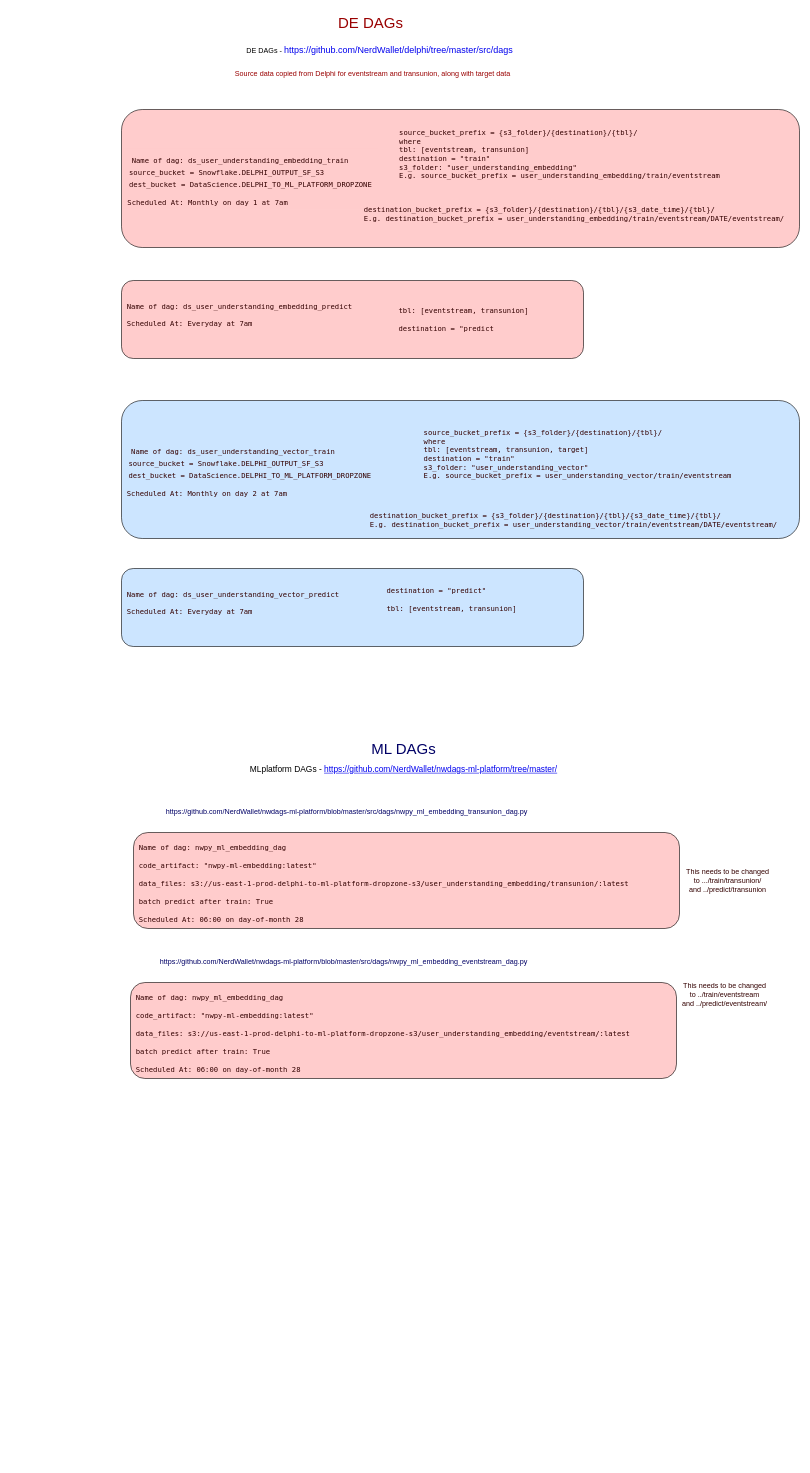
This is production_dags.drawio from sjster/draw.io, a draw.io file, before an edit. Source tidied: cells renumbered, new cells numbered last; positions are measured from the earlier drawing's top-left corner, leaving out a move shared by most shapes. Both pictures are drawn from the tidied source at 60%, with x=0, y=0 at pixel (121, 10).
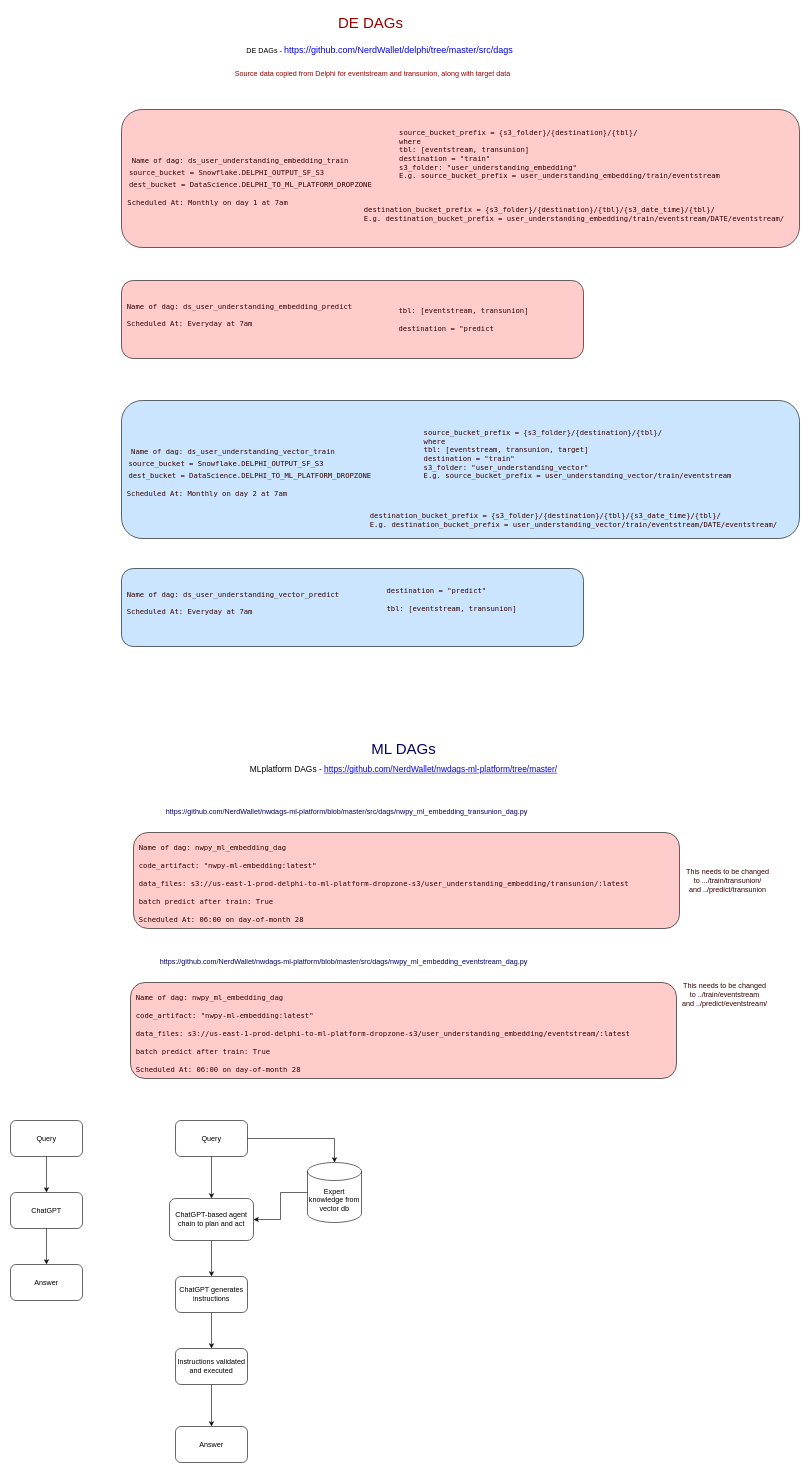
The same page after the edit.

Diff of the diagram source:
```diff
@@
+    <mxCell id="24" style="edgeStyle=orthogonalEdgeStyle;rounded=0;jettySize=auto;html=1;entryX=0.5;entryY=0;entryDx=0;entryDy=0;" parent="1" edge="1" source="25" target="27">
+      <mxGeometry relative="1" as="geometry" />
+    </mxCell>
+    <mxCell id="25" value="Query" style="rounded=1;whiteSpace=wrap;html=1;" parent="1" vertex="1">
+      <mxGeometry x="-185" y="1850" width="120" height="60" as="geometry" />
+    </mxCell>
+    <mxCell id="26" style="edgeStyle=orthogonalEdgeStyle;rounded=0;jettySize=auto;html=1;entryX=0.5;entryY=0;entryDx=0;entryDy=0;" parent="1" edge="1" source="27" target="28">
+      <mxGeometry relative="1" as="geometry" />
+    </mxCell>
+    <mxCell id="27" value="ChatGPT" style="rounded=1;whiteSpace=wrap;html=1;" parent="1" vertex="1">
+      <mxGeometry x="-185" y="1970" width="120" height="60" as="geometry" />
+    </mxCell>
+    <mxCell id="28" value="Answer" style="rounded=1;whiteSpace=wrap;html=1;" parent="1" vertex="1">
+      <mxGeometry x="-185" y="2090" width="120" height="60" as="geometry" />
+    </mxCell>
+    <mxCell id="29" style="edgeStyle=orthogonalEdgeStyle;rounded=0;jettySize=auto;html=1;entryX=0.5;entryY=0;entryDx=0;entryDy=0;" parent="1" edge="1" source="30" target="34">
+      <mxGeometry relative="1" as="geometry" />
+    </mxCell>
+    <mxCell id="30" value="Query" style="rounded=1;whiteSpace=wrap;html=1;" parent="1" vertex="1">
+      <mxGeometry x="90" y="1850" width="120" height="60" as="geometry" />
+    </mxCell>
+    <mxCell id="31" style="edgeStyle=orthogonalEdgeStyle;rounded=0;jettySize=auto;html=1;entryX=1;entryY=0.5;entryDx=0;entryDy=0;" parent="1" edge="1" source="32" target="34">
+      <mxGeometry relative="1" as="geometry" />
+    </mxCell>
+    <mxCell id="32" value="Expert knowledge from vector db" style="shape=cylinder3;whiteSpace=wrap;html=1;boundedLbl=1;backgroundOutline=1;size=15;" parent="1" vertex="1">
+      <mxGeometry x="310" y="1920" width="90" height="100" as="geometry" />
+    </mxCell>
+    <mxCell id="33" style="edgeStyle=orthogonalEdgeStyle;rounded=0;jettySize=auto;html=1;entryX=0.5;entryY=0;entryDx=0;entryDy=0;" parent="1" edge="1" source="34" target="36">
+      <mxGeometry relative="1" as="geometry" />
+    </mxCell>
+    <mxCell id="34" value="ChatGPT-based agent chain to plan and act" style="rounded=1;whiteSpace=wrap;html=1;" parent="1" vertex="1">
+      <mxGeometry x="80" y="1980" width="140" height="70" as="geometry" />
+    </mxCell>
+    <mxCell id="35" style="edgeStyle=orthogonalEdgeStyle;rounded=0;jettySize=auto;html=1;entryX=0.5;entryY=0;entryDx=0;entryDy=0;" parent="1" edge="1" source="36" target="38">
+      <mxGeometry relative="1" as="geometry" />
+    </mxCell>
+    <mxCell id="36" value="ChatGPT generates instructions" style="rounded=1;whiteSpace=wrap;html=1;" parent="1" vertex="1">
+      <mxGeometry x="90" y="2110" width="120" height="60" as="geometry" />
+    </mxCell>
+    <mxCell id="37" style="edgeStyle=orthogonalEdgeStyle;rounded=0;jettySize=auto;html=1;entryX=0.5;entryY=0;entryDx=0;entryDy=0;" parent="1" edge="1" source="38" target="39">
+      <mxGeometry relative="1" as="geometry" />
+    </mxCell>
+    <mxCell id="38" value="Instructions validated and executed" style="rounded=1;whiteSpace=wrap;html=1;" parent="1" vertex="1">
+      <mxGeometry x="90" y="2230" width="120" height="60" as="geometry" />
+    </mxCell>
+    <mxCell id="39" value="Answer" style="rounded=1;whiteSpace=wrap;html=1;" parent="1" vertex="1">
+      <mxGeometry x="90" y="2360" width="120" height="60" as="geometry" />
+    </mxCell>
+    <mxCell id="40" style="edgeStyle=orthogonalEdgeStyle;rounded=0;jettySize=auto;html=1;entryX=0.5;entryY=0;entryDx=0;entryDy=0;entryPerimeter=0;" parent="1" edge="1" source="30" target="32">
+      <mxGeometry relative="1" as="geometry" />
+    </mxCell>
```
